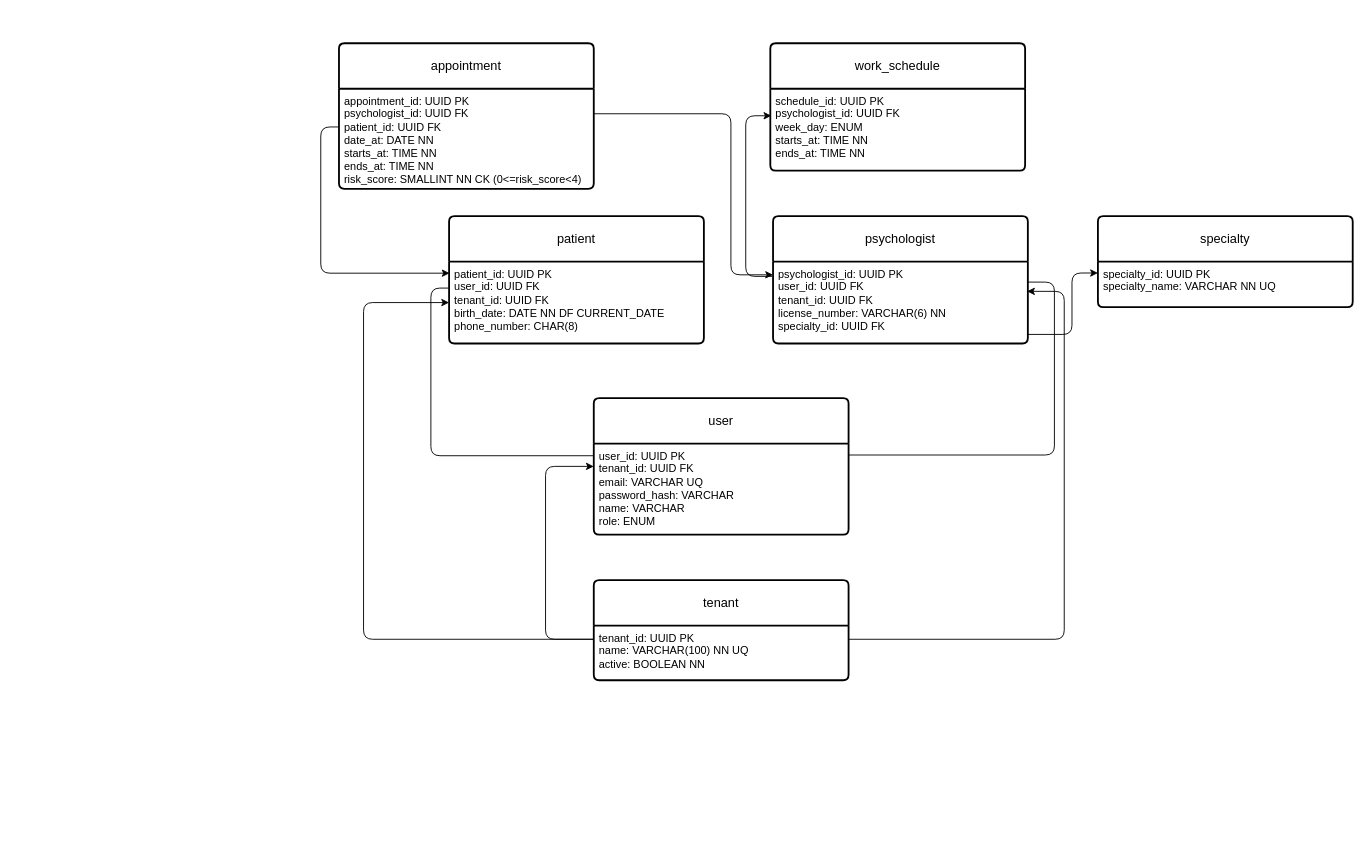
YukiFJJV/ProgramacionWebProyecto keeps this draw.io diagram as Database/Diagrams/Diagrama ER.drawio. Above is the earlier version. Source tidied: cells renumbered, new cells numbered last; positions are measured from the earlier drawing's top-left corner, leaving out a move shared by most shapes. Both pictures are drawn from the tidied source at 91%, with x=0, y=0 at pixel (339, 43).
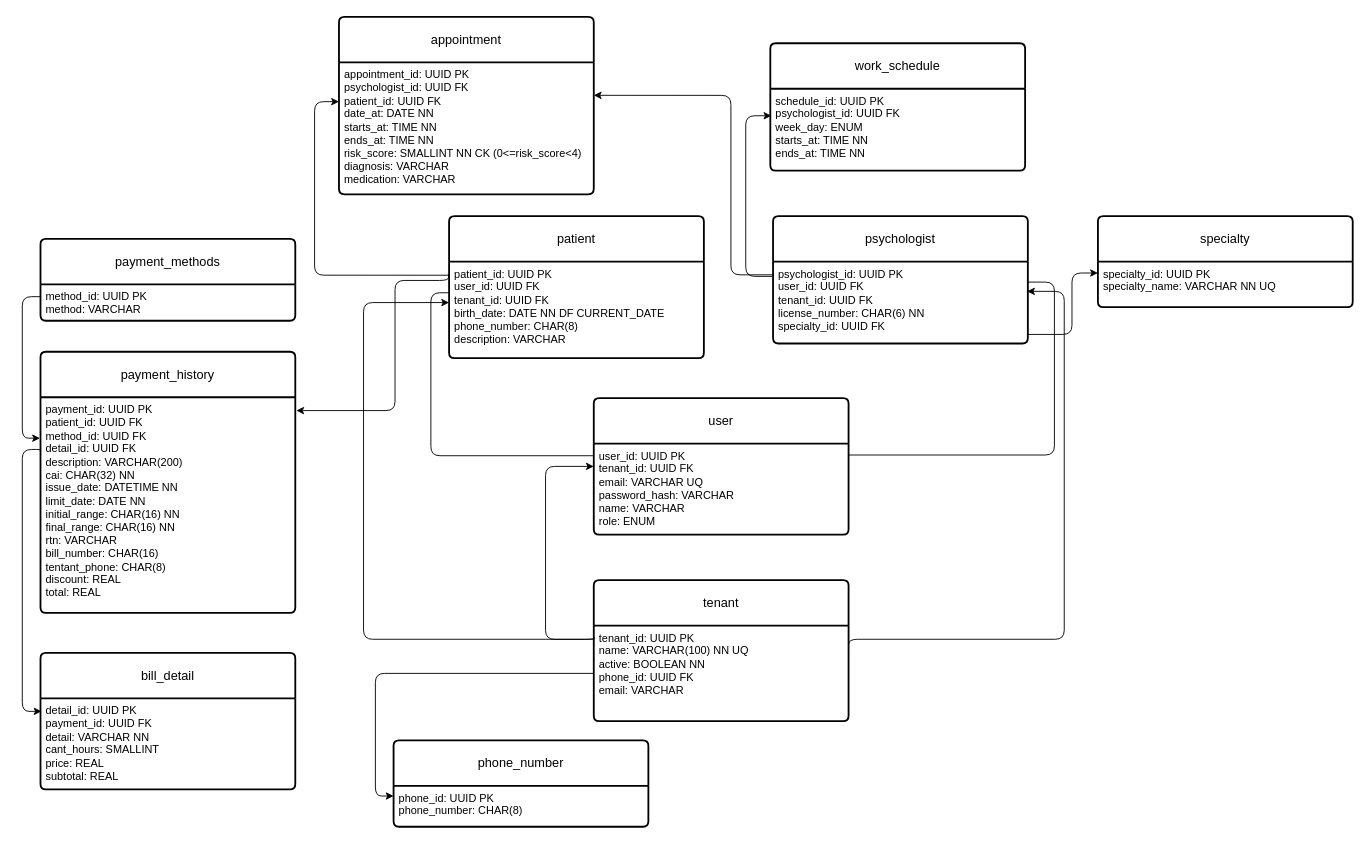
The same diagram, later.

The change refers to these unchanged cells:
```xml
<mxCell id="6" value="user_id: UUID PK&lt;div&gt;&lt;span style=&quot;background-color: transparent; color: light-dark(#000000, var(--ge-light-color, #ffffff));&quot;&gt;tenant_&lt;/span&gt;&lt;span style=&quot;background-color: transparent; color: light-dark(#000000, var(--ge-light-color, #ffffff));&quot;&gt;id&lt;/span&gt;&lt;span style=&quot;background-color: transparent; color: light-dark(#000000, var(--ge-light-color, #ffffff));&quot;&gt;: UUID FK&lt;/span&gt;&lt;/div&gt;&lt;div&gt;&lt;span style=&quot;background-color: transparent; color: light-dark(#000000, var(--ge-light-color, #ffffff));&quot;&gt;email: VARCHAR UQ&lt;/span&gt;&lt;/div&gt;&lt;div&gt;&lt;span style=&quot;background-color: transparent; color: light-dark(#000000, var(--ge-light-color, #ffffff));&quot;&gt;password_hash: VARCHAR&lt;/span&gt;&lt;/div&gt;&lt;div&gt;&lt;span style=&quot;background-color: transparent; color: light-dark(#000000, var(--ge-light-color, #ffffff));&quot;&gt;name: VARCHAR&lt;/span&gt;&lt;/div&gt;&lt;div&gt;role: ENUM&lt;/div&gt;" style="align=left;strokeColor=none;fillColor=none;spacingLeft=4;spacingRight=4;fontSize=12;verticalAlign=top;html=1;whiteSpace=wrap;" parent="5" vertex="1">
  <mxGeometry y="50" width="280" height="100" as="geometry" />
</mxCell>
<mxCell id="7" value="psychologist" style="swimlane;horizontal=1;startSize=50;rounded=1;fontSize=14;fontStyle=0;strokeWidth=2;shadow=0;dashed=0;align=center;arcSize=4;whiteSpace=wrap;html=1;" parent="1" vertex="1">
  <mxGeometry x="477" y="190" width="280" height="140" as="geometry" />
</mxCell>
```

The edit, as a diff of the source:
```diff
@@
     <mxCell id="2" value="tenant" style="swimlane;horizontal=1;startSize=50;rounded=1;fontSize=14;fontStyle=0;strokeWidth=2;shadow=0;dashed=0;align=center;arcSize=4;whiteSpace=wrap;html=1;" parent="1" vertex="1">
-      <mxGeometry x="280" y="590" width="280" height="110" as="geometry" />
+      <mxGeometry x="280" y="590" width="280" height="155" as="geometry" />
     </mxCell>
-    <mxCell id="3" value="tenant_id: UUID PK&lt;div&gt;name: VARCHAR(100) NN UQ&lt;/div&gt;&lt;div&gt;active: BOOLEAN NN&lt;/div&gt;" style="align=left;strokeColor=none;fillColor=none;spacingLeft=4;spacingRight=4;fontSize=12;verticalAlign=top;html=1;whiteSpace=wrap;" parent="2" vertex="1">
-      <mxGeometry y="50" width="280" height="60" as="geometry" />
+    <mxCell id="3" value="tenant_id: UUID PK&lt;div&gt;name: VARCHAR(100) NN UQ&lt;/div&gt;&lt;div&gt;active: BOOLEAN NN&lt;/div&gt;&lt;div&gt;phone_id: UUID FK&lt;/div&gt;&lt;div&gt;email: VARCHAR&lt;/div&gt;&lt;div&gt;&lt;br&gt;&lt;/div&gt;" style="align=left;strokeColor=none;fillColor=none;spacingLeft=4;spacingRight=4;fontSize=12;verticalAlign=top;html=1;whiteSpace=wrap;" parent="2" vertex="1">
+      <mxGeometry y="50" width="280" height="105" as="geometry" />
     </mxCell>
-    <mxCell id="4" style="edgeStyle=orthogonalEdgeStyle;rounded=1;jettySize=auto;html=1;entryX=0;entryY=0.25;entryDx=0;entryDy=0;defaultLabelBackgroundColor=page;exitX=0;exitY=0.25;exitDx=0;exitDy=0;startArrow=classic;startFill=1;endArrow=none;endFill=0;curved=0;" parent="1" edge="1" source="6" target="3">
-      <mxGeometry x="-0.18" relative="1" as="geometry">
+    <mxCell id="4" style="edgeStyle=orthogonalEdgeStyle;rounded=1;jettySize=auto;html=1;entryX=0.003;entryY=0.124;entryDx=0;entryDy=0;defaultLabelBackgroundColor=page;exitX=0;exitY=0.25;exitDx=0;exitDy=0;startArrow=classic;startFill=1;endArrow=none;endFill=0;curved=0;entryPerimeter=0;" parent="1" edge="1" source="6" target="3">
+      <mxGeometry x="-0.14" relative="1" as="geometry">
         <Array as="points">
           <mxPoint x="227" y="465" />
-          <mxPoint x="227" y="655" />
+          <mxPoint x="227" y="655.1" />
         </Array>
       </mxGeometry>
     </mxCell>
@@
-    <mxCell id="8" value="&lt;div&gt;psychologist_&lt;span style=&quot;background-color: transparent; color: light-dark(#000000, var(--ge-light-color, #ffffff));&quot;&gt;id&lt;/span&gt;&lt;span style=&quot;background-color: transparent; color: light-dark(#000000, var(--ge-light-color, #ffffff));&quot;&gt;: UUID PK&lt;/span&gt;&lt;/div&gt;user_id: UUID FK&lt;div&gt;&lt;span style=&quot;background-color: transparent; color: light-dark(#000000, var(--ge-light-color, #ffffff));&quot;&gt;tenant_&lt;/span&gt;&lt;span style=&quot;background-color: transparent; color: light-dark(#000000, var(--ge-light-color, #ffffff));&quot;&gt;id&lt;/span&gt;&lt;span style=&quot;background-color: transparent; color: light-dark(#000000, var(--ge-light-color, #ffffff));&quot;&gt;: UUID FK&lt;/span&gt;&lt;/div&gt;&lt;div&gt;&lt;span style=&quot;background-color: transparent; color: light-dark(#000000, var(--ge-light-color, #ffffff));&quot;&gt;license_number: VARCHAR(6) NN&lt;/span&gt;&lt;/div&gt;&lt;div&gt;&lt;span style=&quot;background-color: transparent; color: light-dark(#000000, var(--ge-light-color, #ffffff));&quot;&gt;specialty_id: UUID FK&lt;/span&gt;&lt;/div&gt;" style="align=left;strokeColor=none;fillColor=none;spacingLeft=4;spacingRight=4;fontSize=12;verticalAlign=top;html=1;whiteSpace=wrap;" parent="7" vertex="1">
+    <mxCell id="8" value="&lt;div&gt;psychologist_&lt;span style=&quot;background-color: transparent; color: light-dark(#000000, var(--ge-light-color, #ffffff));&quot;&gt;id&lt;/span&gt;&lt;span style=&quot;background-color: transparent; color: light-dark(#000000, var(--ge-light-color, #ffffff));&quot;&gt;: UUID PK&lt;/span&gt;&lt;/div&gt;user_id: UUID FK&lt;div&gt;&lt;span style=&quot;background-color: transparent; color: light-dark(#000000, var(--ge-light-color, #ffffff));&quot;&gt;tenant_&lt;/span&gt;&lt;span style=&quot;background-color: transparent; color: light-dark(#000000, var(--ge-light-color, #ffffff));&quot;&gt;id&lt;/span&gt;&lt;span style=&quot;background-color: transparent; color: light-dark(#000000, var(--ge-light-color, #ffffff));&quot;&gt;: UUID FK&lt;/span&gt;&lt;/div&gt;&lt;div&gt;&lt;span style=&quot;background-color: transparent; color: light-dark(#000000, var(--ge-light-color, #ffffff));&quot;&gt;license_number: CHAR(6) NN&lt;/span&gt;&lt;/div&gt;&lt;div&gt;&lt;span style=&quot;background-color: transparent; color: light-dark(#000000, var(--ge-light-color, #ffffff));&quot;&gt;specialty_id: UUID FK&lt;/span&gt;&lt;/div&gt;" style="align=left;strokeColor=none;fillColor=none;spacingLeft=4;spacingRight=4;fontSize=12;verticalAlign=top;html=1;whiteSpace=wrap;" parent="7" vertex="1">
       <mxGeometry y="50" width="280" height="90" as="geometry" />
     </mxCell>
@@
     <mxCell id="11" value="patient" style="swimlane;horizontal=1;startSize=50;rounded=1;fontSize=14;fontStyle=0;strokeWidth=2;shadow=0;dashed=0;align=center;arcSize=4;whiteSpace=wrap;html=1;" parent="1" vertex="1">
-      <mxGeometry x="121" y="190" width="280" height="140" as="geometry" />
+      <mxGeometry x="121" y="190" width="280" height="156" as="geometry" />
     </mxCell>
-    <mxCell id="12" value="&lt;div&gt;patient_&lt;span style=&quot;background-color: transparent; color: light-dark(#000000, var(--ge-light-color, #ffffff));&quot;&gt;id&lt;/span&gt;&lt;span style=&quot;background-color: transparent; color: light-dark(#000000, var(--ge-light-color, #ffffff));&quot;&gt;: UUID PK&lt;/span&gt;&lt;/div&gt;user_id: UUID FK&lt;div&gt;&lt;span style=&quot;background-color: transparent; color: light-dark(#000000, var(--ge-light-color, #ffffff));&quot;&gt;tenant_&lt;/span&gt;&lt;span style=&quot;background-color: transparent; color: light-dark(#000000, var(--ge-light-color, #ffffff));&quot;&gt;id&lt;/span&gt;&lt;span style=&quot;background-color: transparent; color: light-dark(#000000, var(--ge-light-color, #ffffff));&quot;&gt;: UUID FK&lt;/span&gt;&lt;/div&gt;&lt;div&gt;&lt;span style=&quot;background-color: transparent; color: light-dark(#000000, var(--ge-light-color, #ffffff));&quot;&gt;birth_date: DATE NN DF CURRENT_DATE&amp;nbsp;&amp;nbsp;&lt;/span&gt;&lt;/div&gt;&lt;div&gt;&lt;span style=&quot;background-color: transparent; color: light-dark(#000000, var(--ge-light-color, #ffffff));&quot;&gt;phone_number: CHAR(8)&lt;/span&gt;&lt;/div&gt;&lt;div&gt;&lt;span style=&quot;background-color: transparent; color: light-dark(#000000, var(--ge-light-color, #ffffff));&quot;&gt;&lt;br&gt;&lt;/span&gt;&lt;/div&gt;&lt;div&gt;&lt;span style=&quot;background-color: transparent; color: light-dark(#000000, var(--ge-light-color, #ffffff));&quot;&gt;&lt;br&gt;&lt;/span&gt;&lt;/div&gt;" style="align=left;strokeColor=none;fillColor=none;spacingLeft=4;spacingRight=4;fontSize=12;verticalAlign=top;html=1;whiteSpace=wrap;" parent="11" vertex="1">
-      <mxGeometry y="50" width="280" height="90" as="geometry" />
+    <mxCell id="12" value="&lt;div&gt;patient_&lt;span style=&quot;background-color: transparent; color: light-dark(#000000, var(--ge-light-color, #ffffff));&quot;&gt;id&lt;/span&gt;&lt;span style=&quot;background-color: transparent; color: light-dark(#000000, var(--ge-light-color, #ffffff));&quot;&gt;: UUID PK&lt;/span&gt;&lt;/div&gt;user_id: UUID FK&lt;div&gt;&lt;span style=&quot;background-color: transparent; color: light-dark(#000000, var(--ge-light-color, #ffffff));&quot;&gt;tenant_&lt;/span&gt;&lt;span style=&quot;background-color: transparent; color: light-dark(#000000, var(--ge-light-color, #ffffff));&quot;&gt;id&lt;/span&gt;&lt;span style=&quot;background-color: transparent; color: light-dark(#000000, var(--ge-light-color, #ffffff));&quot;&gt;: UUID FK&lt;/span&gt;&lt;/div&gt;&lt;div&gt;&lt;span style=&quot;background-color: transparent; color: light-dark(#000000, var(--ge-light-color, #ffffff));&quot;&gt;birth_date: DATE NN DF CURRENT_DATE&amp;nbsp;&amp;nbsp;&lt;/span&gt;&lt;/div&gt;&lt;div&gt;&lt;span style=&quot;background-color: transparent; color: light-dark(#000000, var(--ge-light-color, #ffffff));&quot;&gt;phone_number: CHAR(8)&lt;/span&gt;&lt;/div&gt;&lt;div&gt;&lt;span style=&quot;background-color: transparent; color: light-dark(#000000, var(--ge-light-color, #ffffff));&quot;&gt;description: VARCHAR&lt;/span&gt;&lt;/div&gt;" style="align=left;strokeColor=none;fillColor=none;spacingLeft=4;spacingRight=4;fontSize=12;verticalAlign=top;html=1;whiteSpace=wrap;" parent="11" vertex="1">
+      <mxGeometry y="50" width="280" height="106" as="geometry" />
     </mxCell>
@@
-    <mxCell id="14" style="edgeStyle=orthogonalEdgeStyle;rounded=1;jettySize=auto;html=1;entryX=0;entryY=0.25;entryDx=0;entryDy=0;defaultLabelBackgroundColor=page;endArrow=none;endFill=0;startArrow=classic;startFill=1;curved=0;" parent="1" edge="1" source="12" target="3">
-      <mxGeometry relative="1" as="geometry">
+    <mxCell id="14" style="edgeStyle=orthogonalEdgeStyle;rounded=1;jettySize=auto;html=1;entryX=0.004;entryY=0.128;entryDx=0;entryDy=0;defaultLabelBackgroundColor=page;endArrow=none;endFill=0;startArrow=classic;startFill=1;curved=0;entryPerimeter=0;" parent="1" edge="1" source="12" target="3">
+      <mxGeometry x="0.02" relative="1" as="geometry">
         <Array as="points">
           <mxPoint x="27" y="285" />
           <mxPoint x="27" y="655" />
+          <mxPoint x="280" y="655" />
         </Array>
       </mxGeometry>
     </mxCell>
@@
     <mxCell id="21" value="appointment" style="swimlane;horizontal=1;startSize=50;rounded=1;fontSize=14;fontStyle=0;strokeWidth=2;shadow=0;dashed=0;align=center;arcSize=4;whiteSpace=wrap;html=1;" parent="1" vertex="1">
-      <mxGeometry width="280" height="160" as="geometry" />
+      <mxGeometry y="-29" width="280" height="195" as="geometry" />
     </mxCell>
-    <mxCell id="22" value="&lt;div&gt;&lt;div&gt;&lt;span style=&quot;background-color: transparent;&quot;&gt;appointment_id: UUID PK&lt;/span&gt;&lt;/div&gt;&lt;/div&gt;&lt;div&gt;&lt;span style=&quot;background-color: transparent; color: light-dark(#000000, var(--ge-light-color, #ffffff));&quot;&gt;psychologist_id: UUID FK&lt;/span&gt;&lt;/div&gt;&lt;div&gt;&lt;span style=&quot;background-color: transparent; color: light-dark(#000000, var(--ge-light-color, #ffffff));&quot;&gt;patient_id: UUID FK&lt;/span&gt;&lt;/div&gt;&lt;div&gt;date_at: DATE NN&lt;/div&gt;&lt;div&gt;&lt;span style=&quot;background-color: transparent; color: light-dark(#000000, var(--ge-light-color, #ffffff));&quot;&gt;starts_at: TIME NN&lt;/span&gt;&lt;/div&gt;&lt;div&gt;&lt;span style=&quot;background-color: transparent; color: light-dark(#000000, var(--ge-light-color, #ffffff));&quot;&gt;ends_at: TIME NN&lt;/span&gt;&lt;/div&gt;&lt;div&gt;&lt;span style=&quot;background-color: transparent; color: light-dark(#000000, var(--ge-light-color, #ffffff));&quot;&gt;risk_score: SMALLINT NN CK (0&amp;lt;=risk_score&amp;lt;4)&lt;/span&gt;&lt;/div&gt;" style="align=left;strokeColor=none;fillColor=none;spacingLeft=4;spacingRight=4;fontSize=12;verticalAlign=top;html=1;whiteSpace=wrap;" parent="21" vertex="1">
-      <mxGeometry y="50" width="280" height="110" as="geometry" />
+    <mxCell id="22" value="&lt;div&gt;&lt;div&gt;&lt;span style=&quot;background-color: transparent;&quot;&gt;appointment_id: UUID PK&lt;/span&gt;&lt;/div&gt;&lt;/div&gt;&lt;div&gt;&lt;span style=&quot;background-color: transparent; color: light-dark(#000000, var(--ge-light-color, #ffffff));&quot;&gt;psychologist_id: UUID FK&lt;/span&gt;&lt;/div&gt;&lt;div&gt;&lt;span style=&quot;background-color: transparent; color: light-dark(#000000, var(--ge-light-color, #ffffff));&quot;&gt;patient_id: UUID FK&lt;/span&gt;&lt;/div&gt;&lt;div&gt;date_at: DATE NN&lt;/div&gt;&lt;div&gt;&lt;span style=&quot;background-color: transparent; color: light-dark(#000000, var(--ge-light-color, #ffffff));&quot;&gt;starts_at: TIME NN&lt;/span&gt;&lt;/div&gt;&lt;div&gt;&lt;span style=&quot;background-color: transparent; color: light-dark(#000000, var(--ge-light-color, #ffffff));&quot;&gt;ends_at: TIME NN&lt;/span&gt;&lt;/div&gt;&lt;div&gt;&lt;span style=&quot;background-color: transparent; color: light-dark(#000000, var(--ge-light-color, #ffffff));&quot;&gt;risk_score: SMALLINT NN CK (0&amp;lt;=risk_score&amp;lt;4)&lt;/span&gt;&lt;/div&gt;&lt;div&gt;&lt;span style=&quot;background-color: transparent; color: light-dark(#000000, var(--ge-light-color, #ffffff));&quot;&gt;diagnosis: VARCHAR&lt;/span&gt;&lt;/div&gt;&lt;div&gt;medication: VARCHAR&lt;/div&gt;" style="align=left;strokeColor=none;fillColor=none;spacingLeft=4;spacingRight=4;fontSize=12;verticalAlign=top;html=1;whiteSpace=wrap;" parent="21" vertex="1">
+      <mxGeometry y="50" width="280" height="145" as="geometry" />
     </mxCell>
-    <mxCell id="23" style="edgeStyle=orthogonalEdgeStyle;rounded=1;jettySize=auto;html=1;entryX=0;entryY=0.161;entryDx=0;entryDy=0;entryPerimeter=0;defaultLabelBackgroundColor=page;curved=0;exitX=1;exitY=0.25;exitDx=0;exitDy=0;" parent="1" edge="1" source="22" target="8">
-      <mxGeometry x="0.07" relative="1" as="geometry">
+    <mxCell id="23" style="edgeStyle=orthogonalEdgeStyle;rounded=1;jettySize=auto;html=1;entryX=0;entryY=0.161;entryDx=0;entryDy=0;entryPerimeter=0;defaultLabelBackgroundColor=page;curved=0;exitX=1;exitY=0.25;exitDx=0;exitDy=0;endArrow=none;endFill=0;startArrow=classic;startFill=1;" parent="1" edge="1" source="22" target="8">
+      <mxGeometry x="0.04" relative="1" as="geometry">
         <Array as="points">
-          <mxPoint x="430.7" y="77.5" />
+          <mxPoint x="430.7" y="57.3" />
           <mxPoint x="430.7" y="254.5" />
         </Array>
       </mxGeometry>
     </mxCell>
-    <mxCell id="24" style="edgeStyle=orthogonalEdgeStyle;rounded=1;jettySize=auto;html=1;entryX=0.002;entryY=0.141;entryDx=0;entryDy=0;entryPerimeter=0;defaultLabelBackgroundColor=page;exitX=0;exitY=0.382;exitDx=0;exitDy=0;exitPerimeter=0;curved=0;" parent="1" edge="1" source="22" target="12">
-      <mxGeometry relative="1" as="geometry" />
+    <mxCell id="24" style="edgeStyle=orthogonalEdgeStyle;rounded=1;jettySize=auto;html=1;entryX=0.002;entryY=0.141;entryDx=0;entryDy=0;entryPerimeter=0;defaultLabelBackgroundColor=page;curved=0;startArrow=classic;startFill=1;endArrow=none;endFill=0;" parent="1" edge="1" target="12">
+      <mxGeometry relative="1" as="geometry">
+        <mxPoint y="64.2" as="sourcePoint" />
+        <Array as="points">
+          <mxPoint x="-26.8" y="64.2" />
+          <mxPoint x="-26.8" y="254.9" />
+        </Array>
+      </mxGeometry>
     </mxCell>
+    <mxCell id="25" value="payment_methods" style="swimlane;horizontal=1;startSize=50;rounded=1;fontSize=14;fontStyle=0;strokeWidth=2;shadow=0;dashed=0;align=center;arcSize=4;whiteSpace=wrap;html=1;" parent="1" vertex="1">
+      <mxGeometry x="-328" y="215" width="280" height="90" as="geometry" />
+    </mxCell>
+    <mxCell id="26" value="&lt;div&gt;&lt;div&gt;&lt;span style=&quot;background-color: transparent;&quot;&gt;method_id: UUID PK&lt;/span&gt;&lt;/div&gt;&lt;/div&gt;&lt;div&gt;method: VARCHAR&lt;/div&gt;" style="align=left;strokeColor=none;fillColor=none;spacingLeft=4;spacingRight=4;fontSize=12;verticalAlign=top;html=1;whiteSpace=wrap;" parent="25" vertex="1">
+      <mxGeometry y="50" width="280" height="40" as="geometry" />
+    </mxCell>
+    <mxCell id="27" value="payment_history" style="swimlane;horizontal=1;startSize=50;rounded=1;fontSize=14;fontStyle=0;strokeWidth=2;shadow=0;dashed=0;align=center;arcSize=4;whiteSpace=wrap;html=1;" parent="1" vertex="1">
+      <mxGeometry x="-328" y="339" width="280" height="287" as="geometry" />
+    </mxCell>
+    <mxCell id="28" value="&lt;div&gt;&lt;div&gt;&lt;span style=&quot;background-color: transparent;&quot;&gt;payment_id: UUID PK&lt;/span&gt;&lt;/div&gt;&lt;/div&gt;&lt;div&gt;patient_id: UUID FK&lt;/div&gt;&lt;div&gt;method_id: UUID FK&lt;/div&gt;&lt;div&gt;detail_id: UUID FK&lt;/div&gt;&lt;div&gt;description: VARCHAR(200)&lt;/div&gt;&lt;div&gt;cai: CHAR(32) NN&lt;/div&gt;&lt;div&gt;issue_date: DATETIME NN&lt;/div&gt;&lt;div&gt;limit_date: DATE NN&lt;/div&gt;&lt;div&gt;initial_range: CHAR(16) NN&lt;/div&gt;&lt;div&gt;final_range: CHAR(16) NN&lt;/div&gt;&lt;div&gt;rtn: VARCHAR&lt;/div&gt;&lt;div&gt;bill_number: CHAR(16)&lt;/div&gt;&lt;div&gt;tentant_phone: CHAR(8)&lt;/div&gt;&lt;div&gt;discount: REAL&lt;/div&gt;&lt;div&gt;total: REAL&lt;/div&gt;" style="align=left;strokeColor=none;fillColor=none;spacingLeft=4;spacingRight=4;fontSize=12;verticalAlign=top;html=1;whiteSpace=wrap;" parent="27" vertex="1">
+      <mxGeometry y="50" width="280" height="237" as="geometry" />
+    </mxCell>
+    <mxCell id="29" value="bill_detail" style="swimlane;horizontal=1;startSize=50;rounded=1;fontSize=14;fontStyle=0;strokeWidth=2;shadow=0;dashed=0;align=center;arcSize=4;whiteSpace=wrap;html=1;" parent="1" vertex="1">
+      <mxGeometry x="-328" y="670" width="280" height="150" as="geometry" />
+    </mxCell>
+    <mxCell id="30" value="&lt;div&gt;&lt;div&gt;&lt;span style=&quot;background-color: transparent;&quot;&gt;detail_id: UUID PK&lt;/span&gt;&lt;/div&gt;&lt;/div&gt;&lt;div&gt;&lt;span style=&quot;background-color: transparent;&quot;&gt;payment_id: UUID FK&lt;/span&gt;&lt;/div&gt;&lt;div&gt;detail: VARCHAR NN&lt;/div&gt;&lt;div&gt;cant_hours: SMALLINT&lt;/div&gt;&lt;div&gt;price: REAL&lt;/div&gt;&lt;div&gt;subtotal: REAL&lt;/div&gt;&lt;div&gt;&lt;br&gt;&lt;/div&gt;" style="align=left;strokeColor=none;fillColor=none;spacingLeft=4;spacingRight=4;fontSize=12;verticalAlign=top;html=1;whiteSpace=wrap;" parent="29" vertex="1">
+      <mxGeometry y="50" width="280" height="100" as="geometry" />
+    </mxCell>
+    <mxCell id="31" style="edgeStyle=orthogonalEdgeStyle;rounded=1;jettySize=auto;html=1;entryX=0;entryY=0.25;entryDx=0;entryDy=0;defaultLabelBackgroundColor=page;startArrow=classic;startFill=1;endArrow=none;endFill=0;curved=0;exitX=0.004;exitY=0.142;exitDx=0;exitDy=0;exitPerimeter=0;" parent="1" edge="1" source="30" target="28">
+      <mxGeometry x="-0.31" relative="1" as="geometry">
+        <Array as="points">
+          <mxPoint x="-348" y="734.2" />
+          <mxPoint x="-348" y="446.4" />
+          <mxPoint x="-327" y="446.4" />
+        </Array>
+      </mxGeometry>
+    </mxCell>
+    <mxCell id="32" style="edgeStyle=orthogonalEdgeStyle;rounded=1;jettySize=auto;html=1;entryX=-0.002;entryY=0.19;entryDx=0;entryDy=0;entryPerimeter=0;defaultLabelBackgroundColor=page;exitX=0.002;exitY=0.338;exitDx=0;exitDy=0;exitPerimeter=0;curved=0;" parent="1" edge="1" source="26" target="28">
+      <mxGeometry x="0.03" relative="1" as="geometry" />
+    </mxCell>
+    <mxCell id="33" style="edgeStyle=orthogonalEdgeStyle;rounded=1;jettySize=auto;html=1;entryX=1.004;entryY=0.062;entryDx=0;entryDy=0;entryPerimeter=0;defaultLabelBackgroundColor=page;curved=0;" parent="1" edge="1" target="28">
+      <mxGeometry relative="1" as="geometry">
+        <mxPoint x="120.4" y="254.1" as="sourcePoint" />
+        <Array as="points">
+          <mxPoint x="120.4" y="260.7" />
+          <mxPoint x="61.6" y="260.7" />
+          <mxPoint x="61.6" y="403.7" />
+        </Array>
+      </mxGeometry>
+    </mxCell>
+    <mxCell id="34" value="phone_number" style="swimlane;horizontal=1;startSize=50;rounded=1;fontSize=14;fontStyle=0;strokeWidth=2;shadow=0;dashed=0;align=center;arcSize=4;whiteSpace=wrap;html=1;" parent="1" vertex="1">
+      <mxGeometry x="60" y="766" width="280" height="95" as="geometry" />
+    </mxCell>
+    <mxCell id="35" value="phone_id: UUID PK&lt;div&gt;phone_number: CHAR(8)&lt;/div&gt;&lt;div&gt;&lt;br&gt;&lt;/div&gt;" style="align=left;strokeColor=none;fillColor=none;spacingLeft=4;spacingRight=4;fontSize=12;verticalAlign=top;html=1;whiteSpace=wrap;" parent="34" vertex="1">
+      <mxGeometry y="50" width="280" height="45" as="geometry" />
+    </mxCell>
+    <mxCell id="36" style="edgeStyle=orthogonalEdgeStyle;rounded=1;jettySize=auto;html=1;entryX=0;entryY=0.25;entryDx=0;entryDy=0;defaultLabelBackgroundColor=page;curved=0;" parent="1" edge="1" source="3" target="35">
+      <mxGeometry relative="1" as="geometry">
+        <Array as="points">
+          <mxPoint x="40" y="692.5" />
+          <mxPoint x="40" y="827.3" />
+        </Array>
+      </mxGeometry>
+    </mxCell>
```
